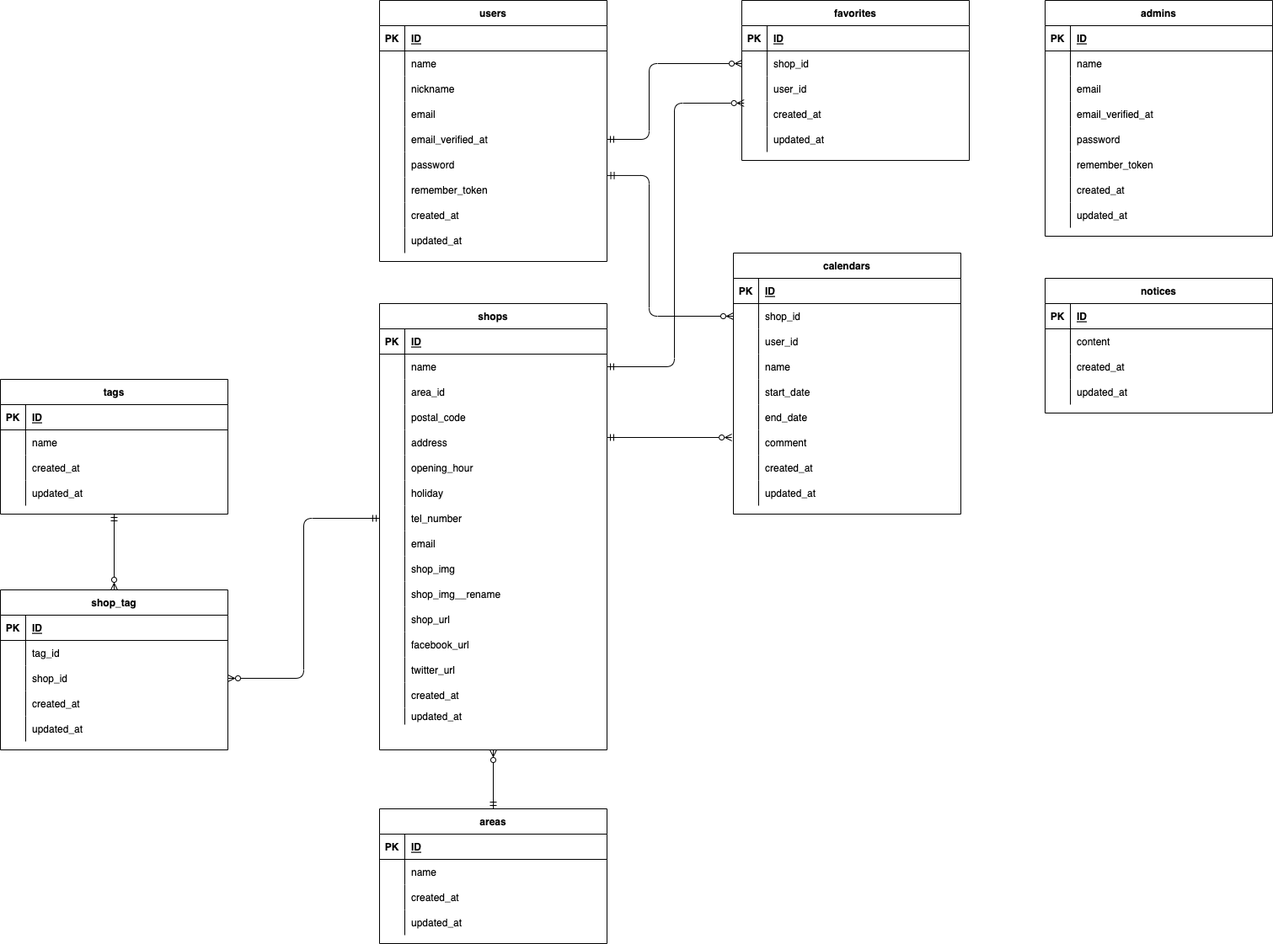
Above: kitachoku.drawio.png in jing-bay/kitachoku2 (draw.io), before the change. Source tidied: cells renumbered, new cells last; positions are measured from the earlier drawing's top-left corner, leaving out a move shared by most shapes.
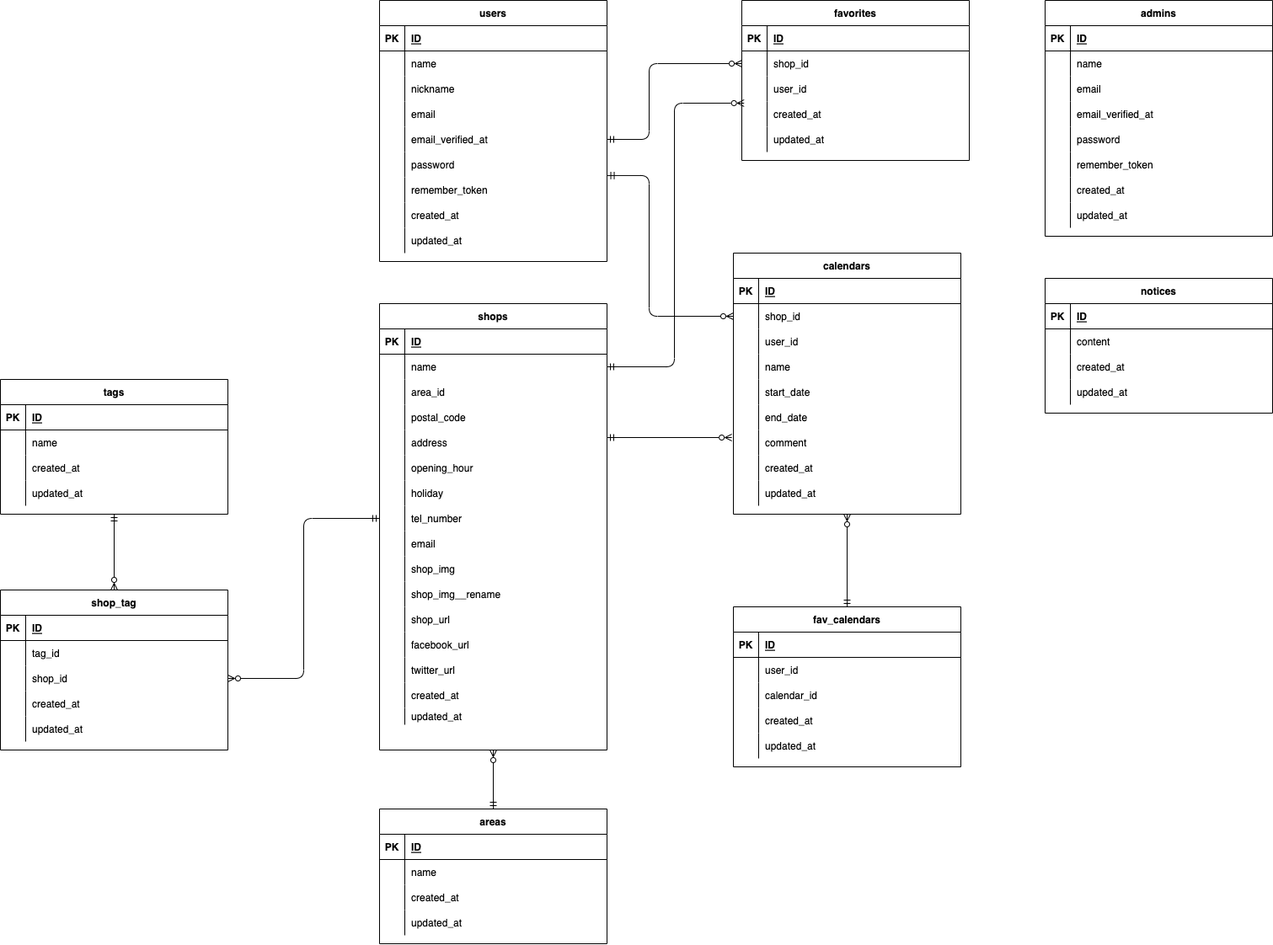
Later version of the same file.

Diff of the diagram source:
```diff
@@ -644,5 +644,58 @@
         <mxPoint x="720" y="519" as="sourcePoint" />
       </mxGeometry>
     </mxCell>
+    <mxCell id="212" value="fav_calendars" style="shape=table;startSize=30;rowLines=0;fontStyle=1;align=center;" parent="1" vertex="1">
+      <mxGeometry x="870" y="720" width="270" height="190" as="geometry" />
+    </mxCell>
+    <mxCell id="213" style="shape=partialRectangle;fillColor=none;top=0;left=0;bottom=1;right=0;" parent="212" vertex="1">
+      <mxGeometry y="30" width="270" height="30" as="geometry" />
+    </mxCell>
+    <mxCell id="214" value="PK" style="shape=partialRectangle;fillColor=none;top=0;left=0;bottom=0;right=0;fontStyle=1;overflow=hidden;" parent="213" vertex="1">
+      <mxGeometry width="30" height="30" as="geometry" />
+    </mxCell>
+    <mxCell id="215" value="ID" style="shape=partialRectangle;fillColor=none;top=0;left=0;bottom=0;right=0;align=left;spacingLeft=6;fontStyle=5;overflow=hidden;" parent="213" vertex="1">
+      <mxGeometry x="30" width="240" height="30" as="geometry" />
+    </mxCell>
+    <mxCell id="216" style="shape=partialRectangle;fillColor=none;top=0;left=0;bottom=0;right=0;" parent="212" vertex="1">
+      <mxGeometry y="60" width="270" height="30" as="geometry" />
+    </mxCell>
+    <mxCell id="217" style="shape=partialRectangle;fillColor=none;top=0;left=0;bottom=0;right=0;overflow=hidden;" parent="216" vertex="1">
+      <mxGeometry width="30" height="30" as="geometry" />
+    </mxCell>
+    <mxCell id="218" value="user_id" style="shape=partialRectangle;fillColor=none;top=0;left=0;bottom=0;right=0;align=left;spacingLeft=6;overflow=hidden;" parent="216" vertex="1">
+      <mxGeometry x="30" width="240" height="30" as="geometry" />
+    </mxCell>
+    <mxCell id="219" style="shape=partialRectangle;fillColor=none;top=0;left=0;bottom=0;right=0;" parent="212" vertex="1">
+      <mxGeometry y="90" width="270" height="30" as="geometry" />
+    </mxCell>
+    <mxCell id="220" style="shape=partialRectangle;fillColor=none;top=0;left=0;bottom=0;right=0;overflow=hidden;" parent="219" vertex="1">
+      <mxGeometry width="30" height="30" as="geometry" />
+    </mxCell>
+    <mxCell id="221" value="calendar_id" style="shape=partialRectangle;fillColor=none;top=0;left=0;bottom=0;right=0;align=left;spacingLeft=6;overflow=hidden;" parent="219" vertex="1">
+      <mxGeometry x="30" width="240" height="30" as="geometry" />
+    </mxCell>
+    <mxCell id="222" style="shape=partialRectangle;fillColor=none;top=0;left=0;bottom=0;right=0;" parent="212" vertex="1">
+      <mxGeometry y="120" width="270" height="30" as="geometry" />
+    </mxCell>
+    <mxCell id="223" style="shape=partialRectangle;fillColor=none;top=0;left=0;bottom=0;right=0;overflow=hidden;" parent="222" vertex="1">
+      <mxGeometry width="30" height="30" as="geometry" />
+    </mxCell>
+    <mxCell id="224" value="created_at" style="shape=partialRectangle;fillColor=none;top=0;left=0;bottom=0;right=0;align=left;spacingLeft=6;overflow=hidden;" parent="222" vertex="1">
+      <mxGeometry x="30" width="240" height="30" as="geometry" />
+    </mxCell>
+    <mxCell id="225" style="shape=partialRectangle;fillColor=none;top=0;left=0;bottom=0;right=0;" parent="212" vertex="1">
+      <mxGeometry y="150" width="270" height="30" as="geometry" />
+    </mxCell>
+    <mxCell id="226" style="shape=partialRectangle;fillColor=none;top=0;left=0;bottom=0;right=0;overflow=hidden;" parent="225" vertex="1">
+      <mxGeometry width="30" height="30" as="geometry" />
+    </mxCell>
+    <mxCell id="227" value="updated_at" style="shape=partialRectangle;fillColor=none;top=0;left=0;bottom=0;right=0;align=left;spacingLeft=6;overflow=hidden;" parent="225" vertex="1">
+      <mxGeometry x="30" width="240" height="30" as="geometry" />
+    </mxCell>
+    <mxCell id="228" style="html=1;endArrow=ERzeroToMany;endFill=0;startArrow=ERmandOne;startFill=0;rounded=1;exitX=0.5;exitY=0;exitDx=0;exitDy=0;" parent="1" edge="1" source="212">
+      <mxGeometry relative="1" as="geometry">
+        <mxPoint x="1005" y="610" as="targetPoint" />
+      </mxGeometry>
+    </mxCell>
   </root>
 </mxGraphModel>
```
